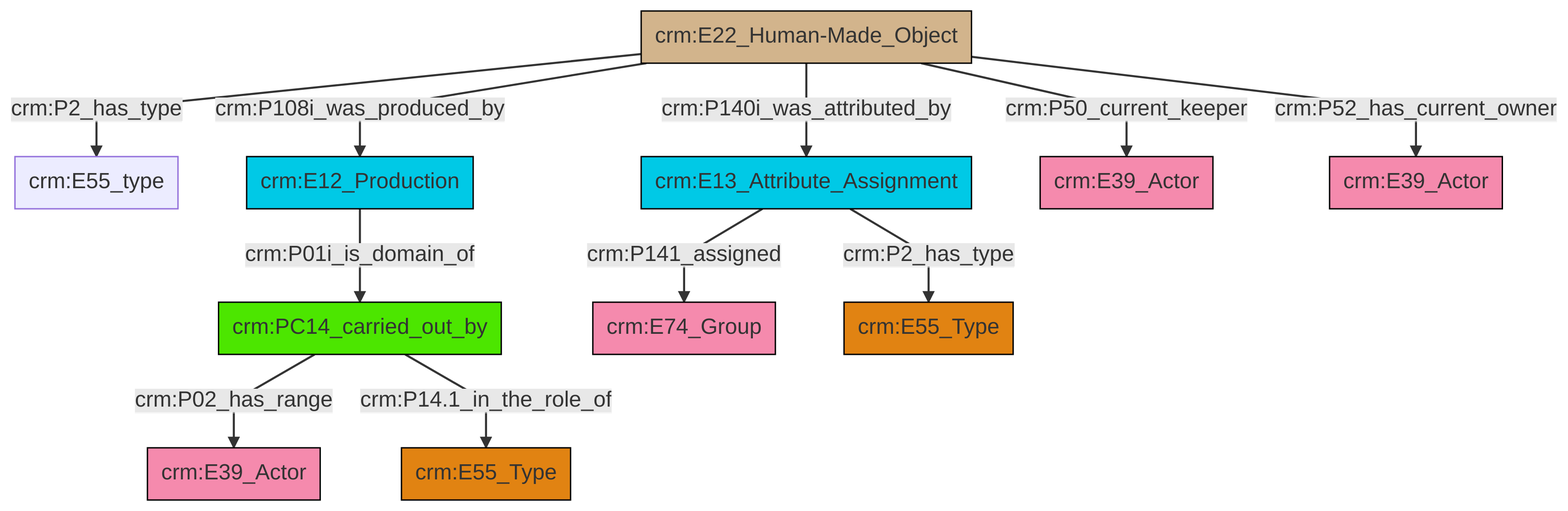
Earlier version of the Mermaid export et/artworkCSV/ttl/mmd/png/Artwork_Actor_Relations.png (swiss-art-research-net/reference-data-models). Its source is kept beside it as et/artworkCSV/ttl/mmd/Artwork_Actor_Relations.ttl.mmd.
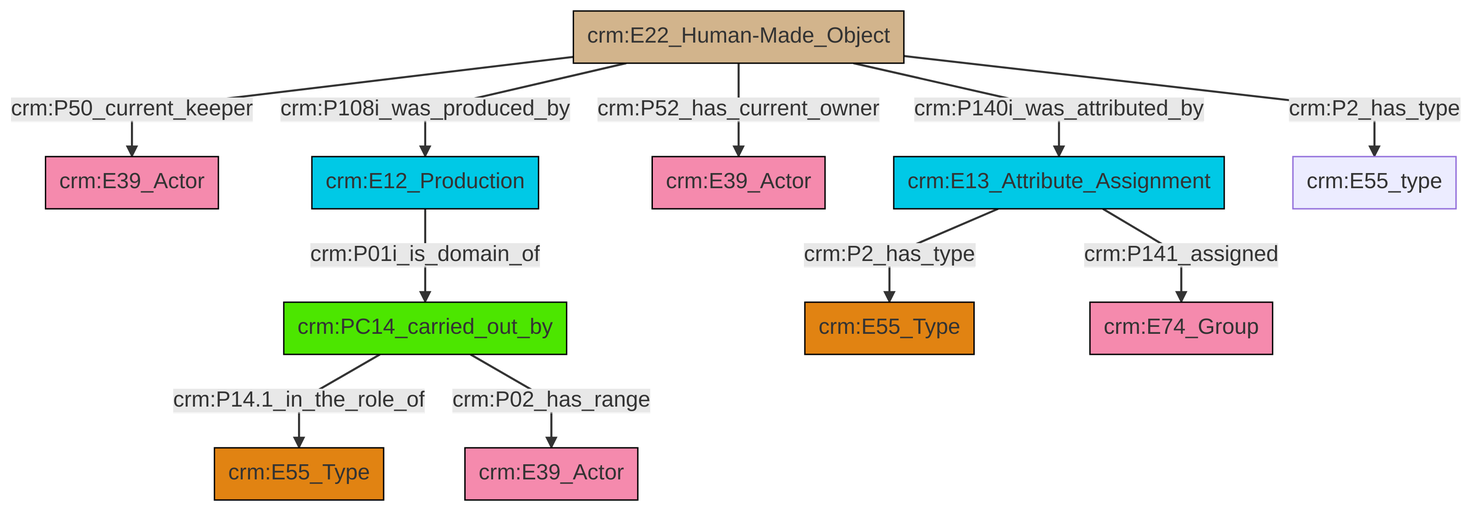
Above is the later version.

Change to the diagram source:
```diff
@@ -13,13 +13,13 @@
 classDef PC_Classes fill:#4ce600, stroke:#000000;
 classDef Multi fill:#cccccc,stroke:#000000;
 
-0["crm:E22_Human-Made_Object"]:::Physical_Thing -->|crm:P2_has_type| 1["crm:E55_type"]:::Default
-2["crm:E12_Production"]:::Temporal_Entity -->|crm:P01i_is_domain_of| 3["crm:PC14_carried_out_by"]:::PC_Classes
-4["crm:E13_Attribute_Assignment"]:::Temporal_Entity -->|crm:P141_assigned| 5["crm:E74_Group"]:::Actor
-3["crm:PC14_carried_out_by"]:::PC_Classes -->|crm:P02_has_range| 9["crm:E39_Actor"]:::Actor
-0["crm:E22_Human-Made_Object"]:::Physical_Thing -->|crm:P50_current_keeper| 12["crm:E39_Actor"]:::Actor
-0["crm:E22_Human-Made_Object"]:::Physical_Thing -->|crm:P108i_was_produced_by| 2["crm:E12_Production"]:::Temporal_Entity
-0["crm:E22_Human-Made_Object"]:::Physical_Thing -->|crm:P52_has_current_owner| 15["crm:E39_Actor"]:::Actor
-4["crm:E13_Attribute_Assignment"]:::Temporal_Entity -->|crm:P2_has_type| 7["crm:E55_Type"]:::Type
-0["crm:E22_Human-Made_Object"]:::Physical_Thing -->|crm:P140i_was_attributed_by| 4["crm:E13_Attribute_Assignment"]:::Temporal_Entity
-3["crm:PC14_carried_out_by"]:::PC_Classes -->|crm:P14.1_in_the_role_of| 10["crm:E55_Type"]:::Type
+4["crm:E22_Human-Made_Object"]:::Physical_Thing -->|crm:P50_current_keeper| 2["crm:E39_Actor"]:::Actor
+4["crm:E22_Human-Made_Object"]:::Physical_Thing -->|crm:P108i_was_produced_by| 10["crm:E12_Production"]:::Temporal_Entity
+11["crm:E13_Attribute_Assignment"]:::Temporal_Entity -->|crm:P2_has_type| 8["crm:E55_Type"]:::Type
+4["crm:E22_Human-Made_Object"]:::Physical_Thing -->|crm:P52_has_current_owner| 0["crm:E39_Actor"]:::Actor
+12["crm:PC14_carried_out_by"]:::PC_Classes -->|crm:P14.1_in_the_role_of| 18["crm:E55_Type"]:::Type
+10["crm:E12_Production"]:::Temporal_Entity -->|crm:P01i_is_domain_of| 12["crm:PC14_carried_out_by"]:::PC_Classes
+12["crm:PC14_carried_out_by"]:::PC_Classes -->|crm:P02_has_range| 6["crm:E39_Actor"]:::Actor
+4["crm:E22_Human-Made_Object"]:::Physical_Thing -->|crm:P140i_was_attributed_by| 11["crm:E13_Attribute_Assignment"]:::Temporal_Entity
+4["crm:E22_Human-Made_Object"]:::Physical_Thing -->|crm:P2_has_type| 19["crm:E55_type"]:::Default
+11["crm:E13_Attribute_Assignment"]:::Temporal_Entity -->|crm:P141_assigned| 16["crm:E74_Group"]:::Actor
```
